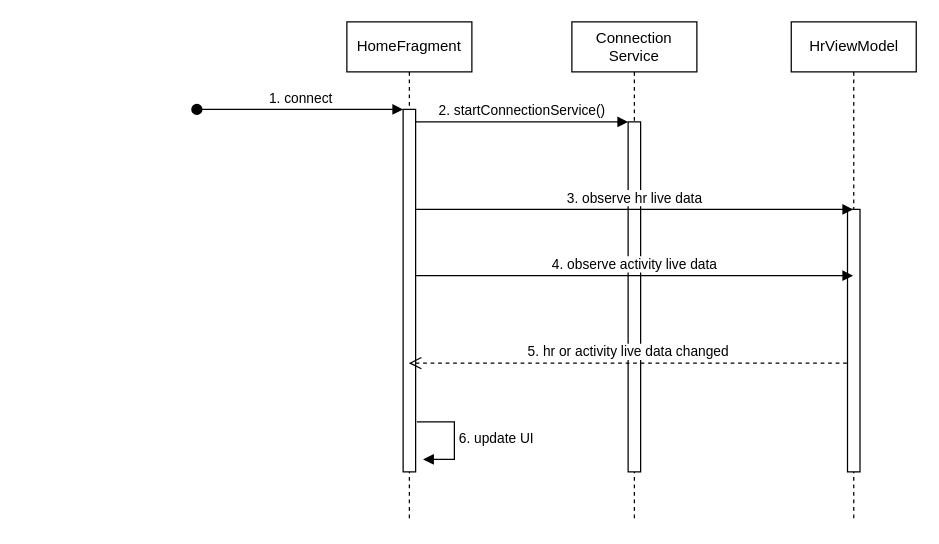
The draw.io diagram my-thesis/diagrams/hr-broadcast-homefragment.drawio in ba-nhermanto/thesis, before the edit. Source tidied: cells renumbered, new cells numbered last; positions are measured from the earlier drawing's top-left corner, leaving out a move shared by most shapes. Both pictures are drawn from the tidied source at 125%, with x=0, y=0 at pixel (196, 21).
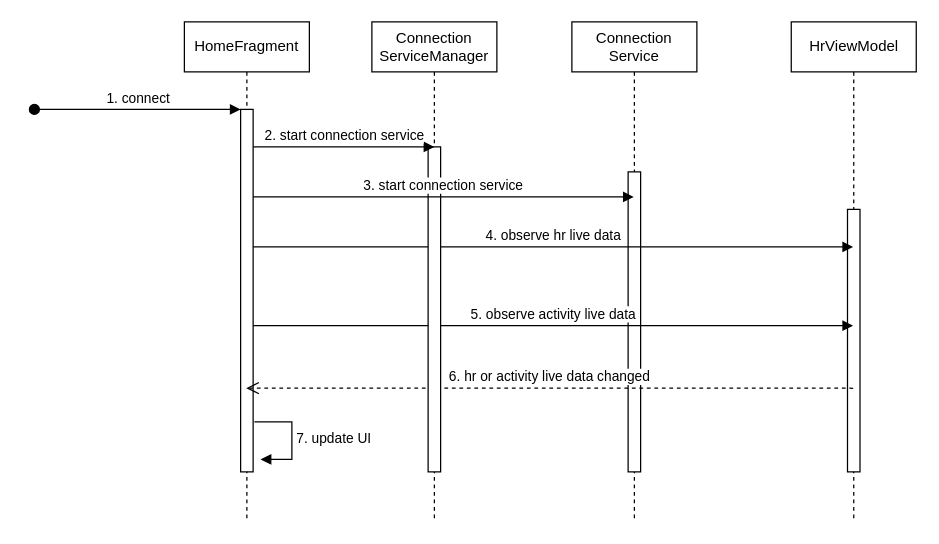
The same diagram, later.

The change refers to these unchanged cells:
```xml
<mxCell id="3" style="html=1;points=[];perimeter=orthogonalPerimeter;outlineConnect=0;targetShapes=umlLifeline;portConstraint=eastwest;newEdgeStyle={&quot;edgeStyle&quot;:&quot;elbowEdgeStyle&quot;,&quot;elbow&quot;:&quot;vertical&quot;,&quot;curved&quot;:0,&quot;rounded&quot;:0};" parent="2" vertex="1">
  <mxGeometry x="45" y="70" width="10" height="290" as="geometry" />
</mxCell>
<mxCell id="6" value="Connection&lt;br&gt;Service" style="shape=umlLifeline;perimeter=lifelinePerimeter;whiteSpace=wrap;html=1;newEdgeStyle={&quot;edgeStyle&quot;:&quot;elbowEdgeStyle&quot;,&quot;elbow&quot;:&quot;vertical&quot;,&quot;curved&quot;:0,&quot;rounded&quot;:0};" parent="1" vertex="1">
  <mxGeometry x="300" width="100" height="400" as="geometry" />
</mxCell>
```

What changed in the source:
```diff
@@
     <mxCell id="2" value="HomeFragment" style="shape=umlLifeline;perimeter=lifelinePerimeter;whiteSpace=wrap;html=1;newEdgeStyle={&quot;edgeStyle&quot;:&quot;elbowEdgeStyle&quot;,&quot;elbow&quot;:&quot;vertical&quot;,&quot;curved&quot;:0,&quot;rounded&quot;:0};" parent="1" vertex="1">
-      <mxGeometry x="120" width="100" height="400" as="geometry" />
+      <mxGeometry x="-10" width="100" height="400" as="geometry" />
     </mxCell>
@@
-    <mxCell id="5" value="6. update UI" style="html=1;align=left;spacingLeft=2;endArrow=block;rounded=0;edgeStyle=orthogonalEdgeStyle;curved=0;rounded=0;" parent="2" edge="1">
+    <mxCell id="5" value="7. update UI" style="html=1;align=left;spacingLeft=2;endArrow=block;rounded=0;edgeStyle=orthogonalEdgeStyle;curved=0;rounded=0;" parent="2" edge="1">
       <mxGeometry relative="1" as="geometry">
         <mxPoint x="56" y="320" as="sourcePoint" />
         <mxPoint x="61" y="350" as="targetPoint" />
         <Array as="points">
           <mxPoint x="86" y="350" />
         </Array>
       </mxGeometry>
     </mxCell>
@@
     <mxCell id="7" style="html=1;points=[];perimeter=orthogonalPerimeter;outlineConnect=0;targetShapes=umlLifeline;portConstraint=eastwest;newEdgeStyle={&quot;edgeStyle&quot;:&quot;elbowEdgeStyle&quot;,&quot;elbow&quot;:&quot;vertical&quot;,&quot;curved&quot;:0,&quot;rounded&quot;:0};" parent="6" vertex="1">
-      <mxGeometry x="45" y="80" width="10" height="280" as="geometry" />
+      <mxGeometry x="45" y="120" width="10" height="240" as="geometry" />
     </mxCell>
-    <mxCell id="8" value="2. startConnectionService()" style="html=1;verticalAlign=bottom;endArrow=block;edgeStyle=elbowEdgeStyle;elbow=vertical;curved=0;rounded=0;" parent="1" edge="1" source="3" target="7">
-      <mxGeometry relative="1" as="geometry">
-        <Array as="points">
-          <mxPoint x="260" y="80" />
-        </Array>
-      </mxGeometry>
-    </mxCell>
@@
-    <mxCell id="11" value="3. observe hr live data" style="html=1;verticalAlign=bottom;endArrow=block;edgeStyle=elbowEdgeStyle;elbow=vertical;curved=0;rounded=0;" parent="1" edge="1">
+    <mxCell id="11" value="4. observe hr live data" style="html=1;verticalAlign=bottom;endArrow=block;edgeStyle=elbowEdgeStyle;elbow=vertical;curved=0;rounded=0;" parent="1" edge="1">
       <mxGeometry relative="1" as="geometry">
-        <mxPoint x="175" y="150" as="sourcePoint" />
-        <mxPoint x="525" y="150" as="targetPoint" />
+        <mxPoint x="45" y="180" as="sourcePoint" />
+        <mxPoint x="525" y="180" as="targetPoint" />
         <Array as="points">
-          <mxPoint x="260" y="150" />
+          <mxPoint x="130" y="180" />
         </Array>
       </mxGeometry>
     </mxCell>
-    <mxCell id="12" value="5. hr or activity live data changed" style="html=1;verticalAlign=bottom;endArrow=open;dashed=1;endSize=8;edgeStyle=elbowEdgeStyle;elbow=vertical;curved=0;rounded=0;" parent="1" edge="1">
+    <mxCell id="12" value="6. hr or activity live data changed" style="html=1;verticalAlign=bottom;endArrow=open;dashed=1;endSize=8;edgeStyle=elbowEdgeStyle;elbow=vertical;curved=0;rounded=0;" parent="1" edge="1">
       <mxGeometry relative="1" as="geometry">
-        <mxPoint x="520" y="273" as="sourcePoint" />
-        <mxPoint x="169.5" y="273" as="targetPoint" />
+        <mxPoint x="525" y="293.1" as="sourcePoint" />
+        <mxPoint x="39.5" y="293" as="targetPoint" />
       </mxGeometry>
     </mxCell>
-    <mxCell id="13" value="4. observe activity live data" style="html=1;verticalAlign=bottom;endArrow=block;edgeStyle=elbowEdgeStyle;elbow=vertical;curved=0;rounded=0;" parent="1" edge="1">
+    <mxCell id="13" value="5. observe activity live data" style="html=1;verticalAlign=bottom;endArrow=block;edgeStyle=elbowEdgeStyle;elbow=vertical;curved=0;rounded=0;" parent="1" edge="1">
       <mxGeometry relative="1" as="geometry">
-        <mxPoint x="175" y="203" as="sourcePoint" />
-        <mxPoint x="525" y="203" as="targetPoint" />
+        <mxPoint x="45" y="243" as="sourcePoint" />
+        <mxPoint x="525" y="243" as="targetPoint" />
         <Array as="points">
-          <mxPoint x="260" y="203" />
+          <mxPoint x="130" y="243" />
         </Array>
       </mxGeometry>
     </mxCell>
+    <mxCell id="14" value="Connection&lt;br&gt;ServiceManager" style="shape=umlLifeline;perimeter=lifelinePerimeter;whiteSpace=wrap;html=1;newEdgeStyle={&quot;edgeStyle&quot;:&quot;elbowEdgeStyle&quot;,&quot;elbow&quot;:&quot;vertical&quot;,&quot;curved&quot;:0,&quot;rounded&quot;:0};" parent="1" vertex="1">
+      <mxGeometry x="140" width="100" height="400" as="geometry" />
+    </mxCell>
+    <mxCell id="15" style="html=1;perimeter=orthogonalPerimeter;targetShapes=umlLifeline;newEdgeStyle={&quot;edgeStyle&quot;:&quot;elbowEdgeStyle&quot;,&quot;elbow&quot;:&quot;vertical&quot;,&quot;curved&quot;:0,&quot;rounded&quot;:0};" parent="14" vertex="1">
+      <mxGeometry x="45" y="100" width="10" height="260" as="geometry" />
+    </mxCell>
+    <mxCell id="16" value="2. start connection service" style="html=1;verticalAlign=bottom;endArrow=block;edgeStyle=elbowEdgeStyle;elbow=vertical;curved=0;rounded=0;" parent="1" edge="1">
+      <mxGeometry relative="1" as="geometry">
+        <mxPoint x="45" y="100" as="sourcePoint" />
+        <mxPoint x="190" y="100" as="targetPoint" />
+        <Array as="points">
+          <mxPoint x="120" y="100" />
+        </Array>
+      </mxGeometry>
+    </mxCell>
+    <mxCell id="17" value="3. start connection service" style="html=1;verticalAlign=bottom;endArrow=block;edgeStyle=elbowEdgeStyle;elbow=vertical;curved=0;rounded=0;" parent="1" edge="1" source="3">
+      <mxGeometry relative="1" as="geometry">
+        <mxPoint x="349.5" y="140" as="targetPoint" />
+        <Array as="points">
+          <mxPoint x="115" y="140" />
+        </Array>
+      </mxGeometry>
+    </mxCell>
```
